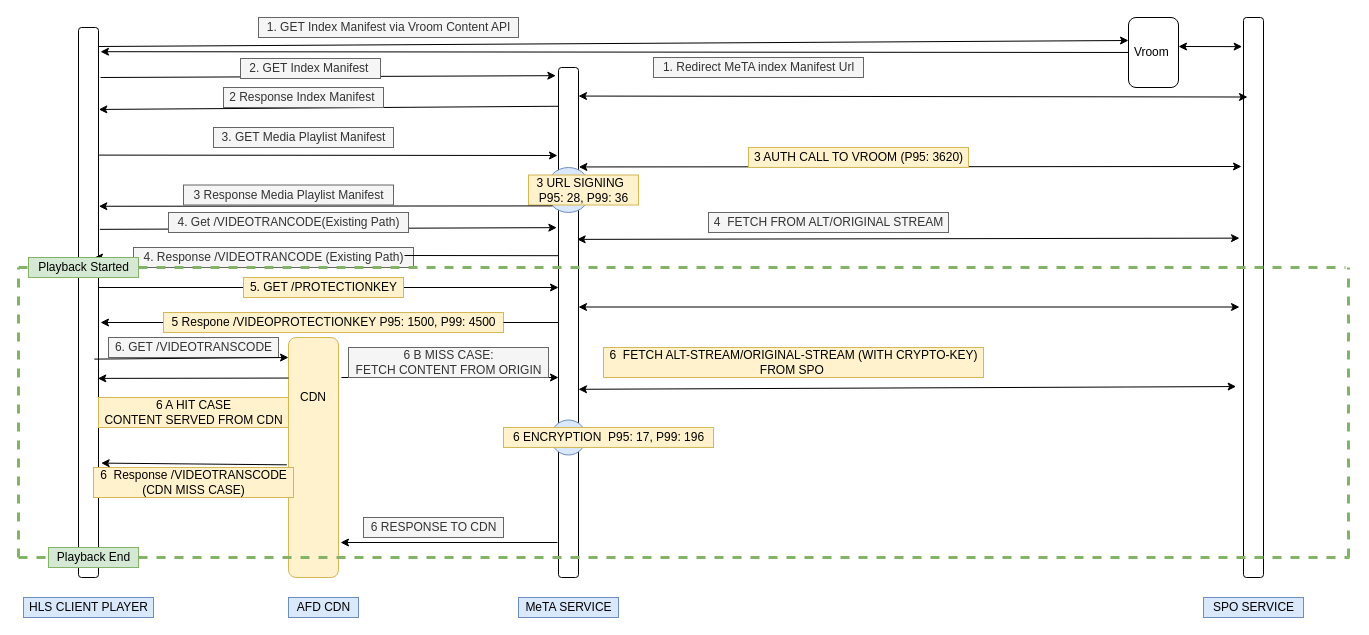
This is HLSv3WithHybrid.drawio from SUNYTYAGI/files, a draw.io file, before an edit. Source tidied: cells renumbered, new cells numbered last; positions are measured from the earlier drawing's top-left corner, leaving out a move shared by most shapes. Both pictures are drawn from the tidied source at 100%, with x=0, y=0 at pixel (18, 17).
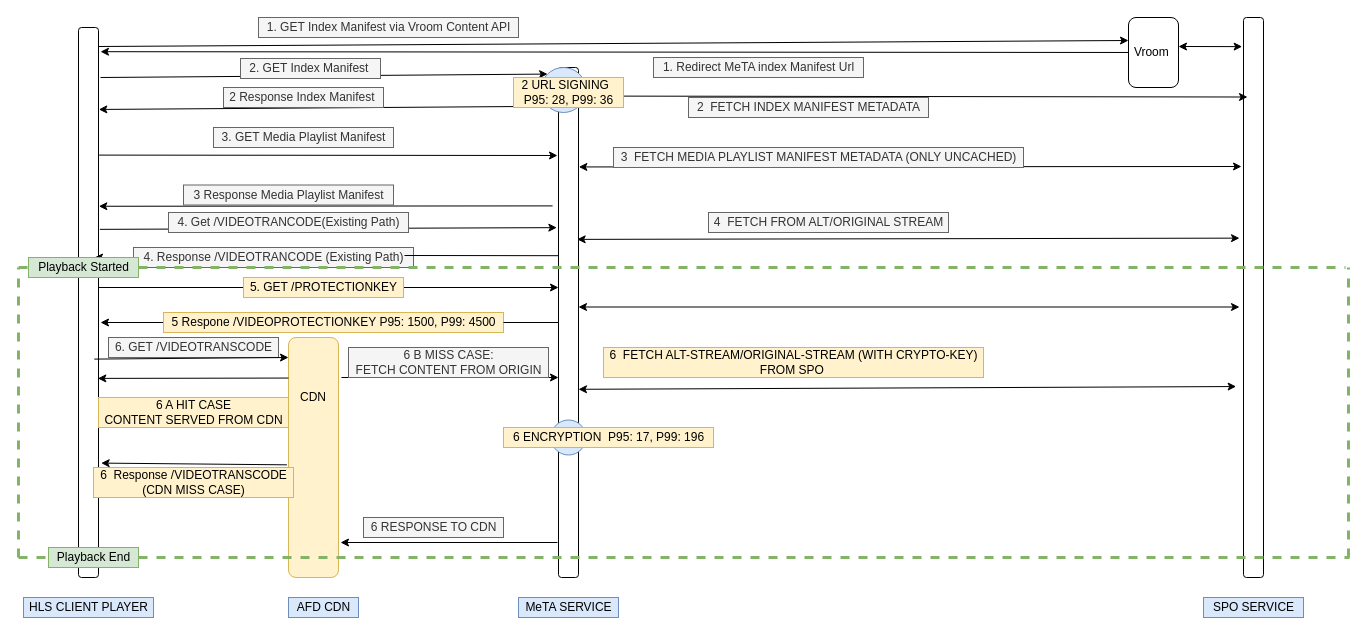
The same page after the edit.

The change refers to these unchanged cells:
```xml
<mxCell id="2" style="rounded=1;whiteSpace=wrap;html=1;" parent="1" vertex="1">
  <mxGeometry x="60" y="10" width="20" height="550" as="geometry" />
</mxCell>
<mxCell id="3" style="rounded=1;whiteSpace=wrap;html=1;" parent="1" vertex="1">
  <mxGeometry x="540" y="50" width="20" height="510" as="geometry" />
</mxCell>
```

Diff of the diagram source:
```diff
@@
-    <mxCell id="5" style="endArrow=classic;html=1;entryX=-0.133;entryY=0.016;entryDx=0;entryDy=0;entryPerimeter=0;" parent="1" edge="1" target="3">
+    <mxCell id="5" style="endArrow=classic;html=1;entryX=0;entryY=0;entryDx=0;entryDy=0;" parent="1" edge="1" target="65">
       <mxGeometry relative="1" as="geometry">
         <mxPoint x="82" y="60" as="sourcePoint" />
       </mxGeometry>
     </mxCell>
@@
-    <mxCell id="13" value="3 AUTH CALL TO VROOM (P95: 3620)" style="text;html=1;align=center;verticalAlign=middle;strokeColor=#d6b656;fillColor=#fff2cc;" parent="1" vertex="1">
-      <mxGeometry x="730" y="130" width="220" height="20" as="geometry" />
-    </mxCell>
-    <mxCell id="14" style="ellipse;whiteSpace=wrap;html=1;fillColor=#dae8fc;strokeColor=#6c8ebf;" parent="1" vertex="1">
-      <mxGeometry x="527.5" y="150" width="45" height="45" as="geometry" />
-    </mxCell>
-    <mxCell id="15" value="3 URL SIGNING&amp;nbsp;&amp;nbsp;&lt;br&gt;P95: 28, P99: 36" style="text;html=1;align=center;verticalAlign=middle;strokeColor=#d6b656;fillColor=#fff2cc;" parent="1" vertex="1">
-      <mxGeometry x="510" y="157.5" width="110" height="30" as="geometry" />
-    </mxCell>
-    <mxCell id="16" style="endArrow=classic;html=1;exitX=0;exitY=1;exitDx=0;exitDy=0;entryX=1.017;entryY=0.325;entryDx=0;entryDy=0;entryPerimeter=0;" parent="1" edge="1" source="14" target="2">
-      <mxGeometry relative="1" as="geometry" />
+    <mxCell id="16" style="endArrow=classic;html=1;exitX=0;exitY=1;exitDx=0;exitDy=0;entryX=1.017;entryY=0.325;entryDx=0;entryDy=0;entryPerimeter=0;" parent="1" edge="1" target="2">
+      <mxGeometry relative="1" as="geometry">
+        <mxPoint x="534.1" y="188.4" as="sourcePoint" />
+      </mxGeometry>
     </mxCell>
@@
+    <mxCell id="65" style="ellipse;whiteSpace=wrap;html=1;fillColor=#dae8fc;strokeColor=#6c8ebf;" parent="1" vertex="1">
+      <mxGeometry x="522.5" y="50" width="45" height="45" as="geometry" />
+    </mxCell>
+    <mxCell id="66" value="2 URL SIGNING&amp;nbsp;&amp;nbsp;&lt;br&gt;P95: 28, P99: 36" style="text;html=1;align=center;verticalAlign=middle;strokeColor=#d6b656;fillColor=#fff2cc;" parent="1" vertex="1">
+      <mxGeometry x="495" y="60" width="110" height="30" as="geometry" />
+    </mxCell>
+    <mxCell id="67" value="2&amp;nbsp; FETCH INDEX MANIFEST METADATA" style="text;html=1;align=center;verticalAlign=middle;strokeColor=#666666;fillColor=#f5f5f5;fontColor=#333333;" parent="1" vertex="1">
+      <mxGeometry x="670" y="80" width="240" height="20" as="geometry" />
+    </mxCell>
+    <mxCell id="68" value="3&amp;nbsp; FETCH MEDIA PLAYLIST MANIFEST METADATA (ONLY UNCACHED)" style="text;html=1;align=center;verticalAlign=middle;strokeColor=#666666;fillColor=#f5f5f5;fontColor=#333333;" parent="1" vertex="1">
+      <mxGeometry x="595" y="130" width="410" height="20" as="geometry" />
+    </mxCell>
```
